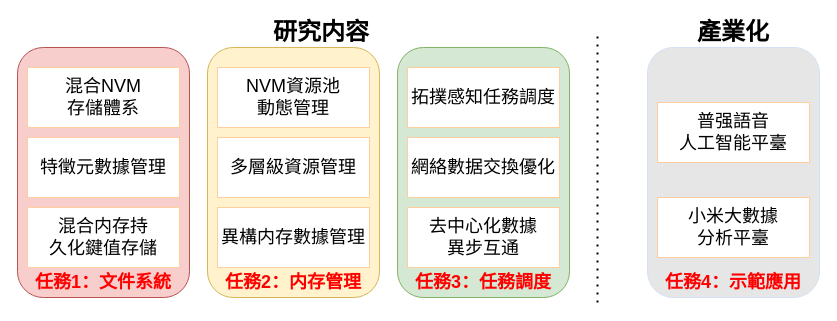
Earlier version of the draw.io diagram 研究内容3任务.drawio (icszhr/aomenNVM). Source tidied: cells renumbered, new cells numbered last; positions are measured from the earlier drawing's top-left corner, leaving out a move shared by most shapes. Both pictures are drawn from the tidied source at 100%, with x=0, y=0 at pixel (17, 17).
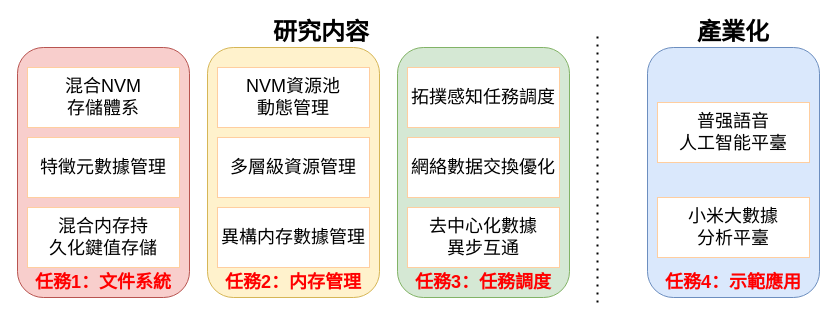
The same page after the edit.

Commit message:
更新研究内容3任务.drawio

The edit, as a diff of the source:
```diff
@@
-    <mxCell id="18" style="rounded=1;whiteSpace=wrap;html=1;strokeColor=#D4E1F5;fillColor=#E6E6E6;" parent="1" vertex="1">
+    <mxCell id="18" style="rounded=1;whiteSpace=wrap;html=1;strokeColor=#6c8ebf;fillColor=#dae8fc;" parent="1" vertex="1">
       <mxGeometry x="630" y="30" width="172" height="250" as="geometry" />
     </mxCell>
```
